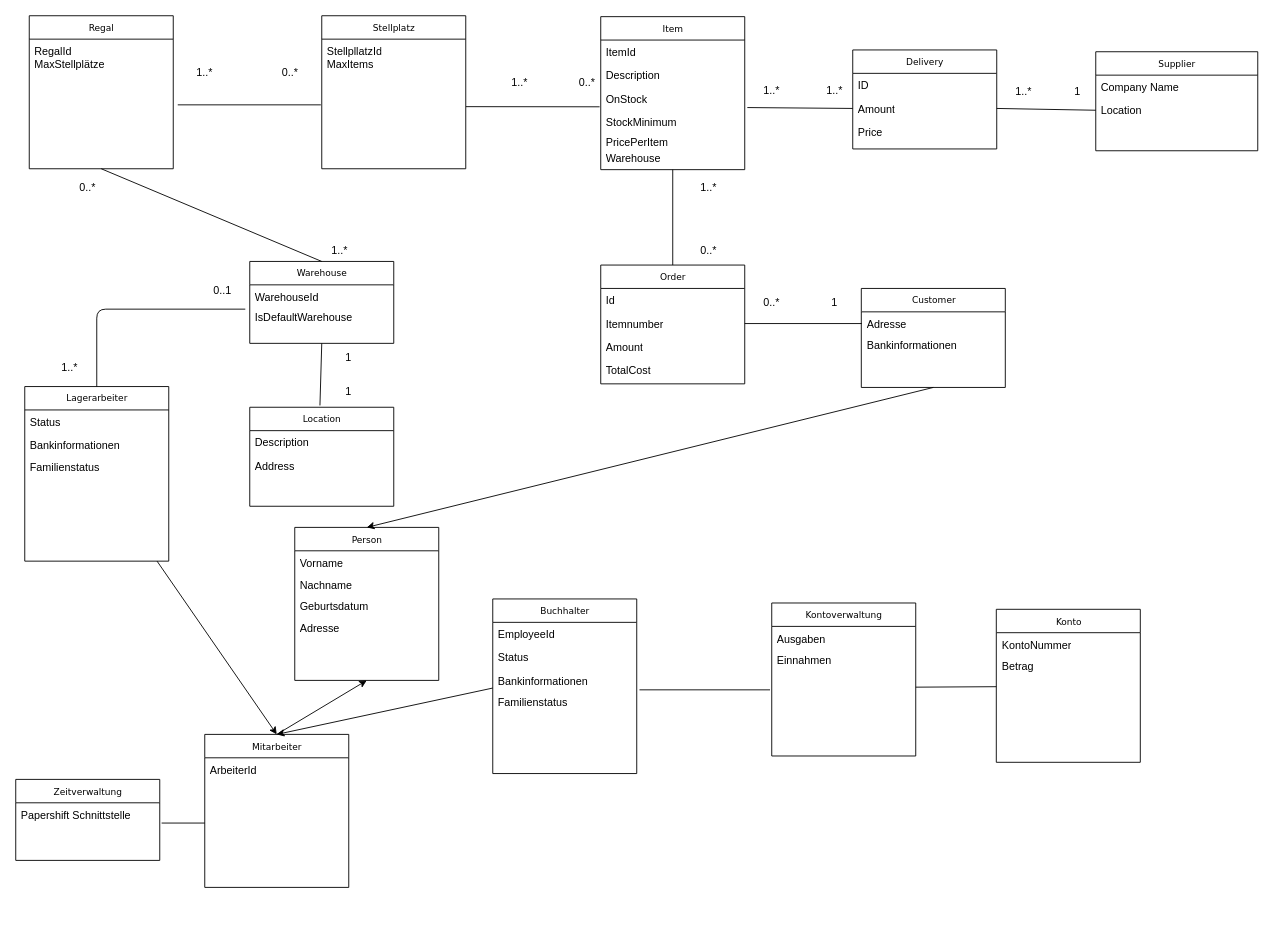
Before: Klassendiagramm/Klassendiagramm.drawio in Klompara/ERP-Scrum, a draw.io diagram. Source tidied: cells renumbered, new cells numbered last; positions are measured from the earlier drawing's top-left corner, leaving out a move shared by most shapes. Both pictures are drawn from the tidied source at 90%, with x=0, y=0 at pixel (15, 15).
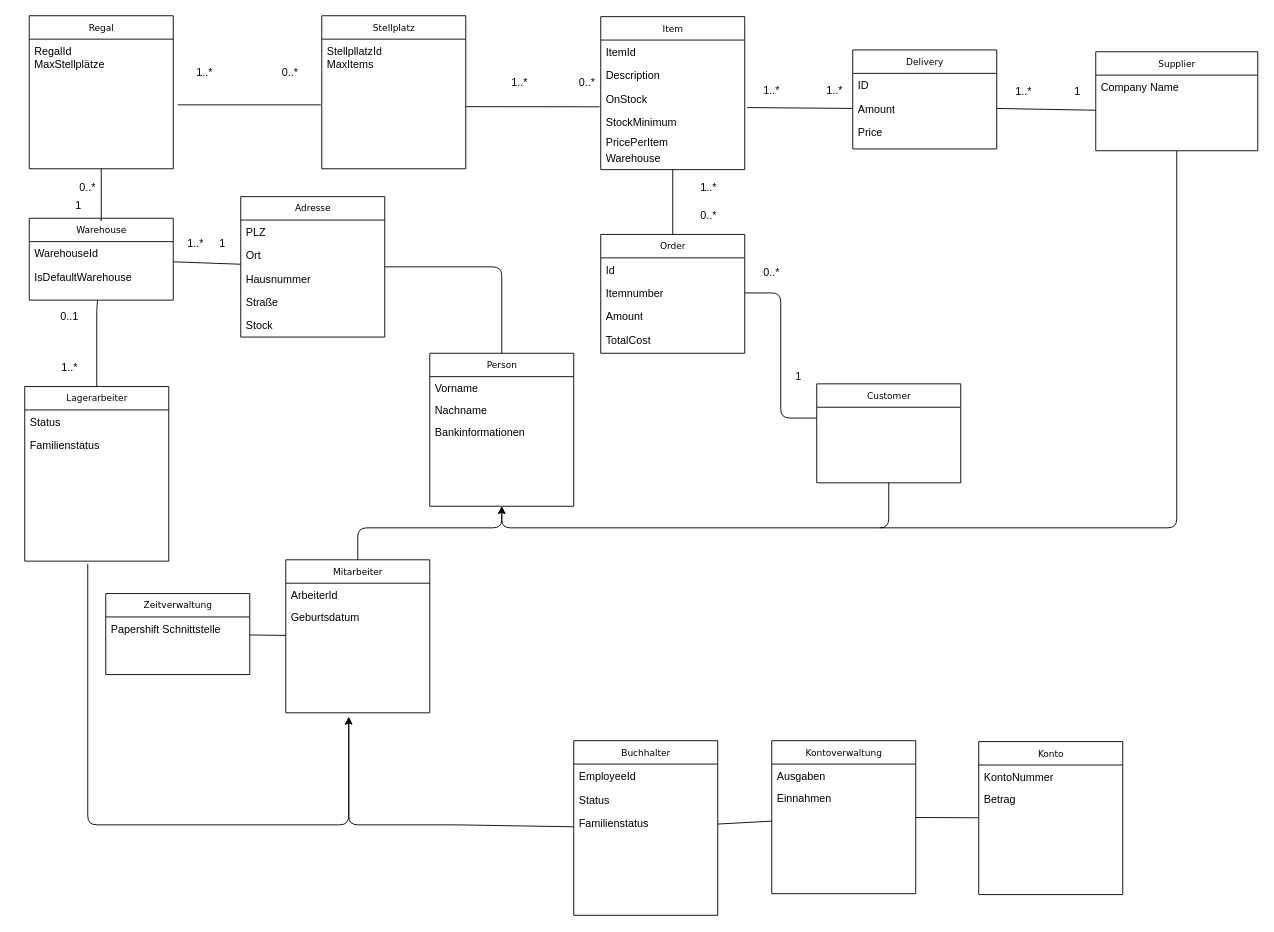
The same diagram, later.

Unchanged cells that the change refers to:
```xml
<mxCell id="4" value="Lagerarbeiter" style="swimlane;html=1;fontStyle=0;horizontal=1;startSize=26;fillColor=none;swimlaneFillColor=#ffffff;rounded=0;shadow=0;comic=0;labelBackgroundColor=none;strokeColor=#000000;strokeWidth=1;fontFamily=Verdana;fontSize=10;fontColor=#000000;align=center;" parent="1" vertex="1">
  <mxGeometry x="10" y="412" width="160" height="194" as="geometry" />
</mxCell>
<mxCell id="13" value="Supplier" style="swimlane;html=1;fontStyle=0;horizontal=1;startSize=26;fillColor=none;swimlaneFillColor=#ffffff;rounded=0;shadow=0;comic=0;labelBackgroundColor=none;strokeColor=#000000;strokeWidth=1;fontFamily=Verdana;fontSize=10;fontColor=#000000;align=center;" parent="1" vertex="1">
  <mxGeometry x="1200" y="40" width="180" height="110" as="geometry" />
</mxCell>
<mxCell id="22" value="Amount" style="text;html=1;strokeColor=none;fillColor=none;align=left;verticalAlign=top;spacingLeft=4;spacingRight=4;whiteSpace=wrap;overflow=hidden;points=[[0,0.5],[1,0.5]];portConstraint=eastwest;" parent="20" vertex="1">
  <mxGeometry y="52" width="160" height="26" as="geometry" />
</mxCell>
<mxCell id="26" value="Itemnumber" style="text;html=1;strokeColor=none;fillColor=none;align=left;verticalAlign=top;spacingLeft=4;spacingRight=4;whiteSpace=wrap;overflow=hidden;points=[[0,0.5],[1,0.5]];portConstraint=eastwest;" parent="24" vertex="1">
  <mxGeometry y="52" width="160" height="26" as="geometry" />
</mxCell>
<mxCell id="58" value="Regal" style="swimlane;html=1;fontStyle=0;horizontal=1;startSize=26;fillColor=none;swimlaneFillColor=#ffffff;rounded=0;shadow=0;comic=0;labelBackgroundColor=none;strokeColor=#000000;strokeWidth=1;fontFamily=Verdana;fontSize=10;fontColor=#000000;align=center;" parent="1" vertex="1">
  <mxGeometry x="15" width="160" height="170" as="geometry" />
</mxCell>
<mxCell id="69" value="&amp;nbsp;&lt;br&gt;" style="text;html=1;strokeColor=none;fillColor=none;align=left;verticalAlign=top;spacingLeft=4;spacingRight=4;whiteSpace=wrap;overflow=hidden;points=[[0,0.5],[1,0.5]];portConstraint=eastwest;" parent="66" vertex="1">
  <mxGeometry y="74" width="160" height="24" as="geometry" />
</mxCell>
<mxCell id="77" value="&amp;nbsp;&lt;br&gt;" style="text;html=1;strokeColor=none;fillColor=none;align=left;verticalAlign=top;spacingLeft=4;spacingRight=4;whiteSpace=wrap;overflow=hidden;points=[[0,0.5],[1,0.5]];portConstraint=eastwest;" parent="73" vertex="1">
  <mxGeometry y="98" width="160" height="24" as="geometry" />
</mxCell>
<mxCell id="96" value="Papershift Schnittstelle" style="text;html=1;strokeColor=none;fillColor=none;align=left;verticalAlign=top;spacingLeft=4;spacingRight=4;whiteSpace=wrap;overflow=hidden;points=[[0,0.5],[1,0.5]];portConstraint=eastwest;" parent="95" vertex="1">
  <mxGeometry y="26" width="160" height="24" as="geometry" />
</mxCell>
```

Diff of the diagram source:
```diff
@@
     <mxCell id="2" value="Warehouse" style="swimlane;html=1;fontStyle=0;horizontal=1;startSize=26;fillColor=none;swimlaneFillColor=#ffffff;rounded=0;shadow=0;comic=0;labelBackgroundColor=none;strokeColor=#000000;strokeWidth=1;fontFamily=Verdana;fontSize=10;fontColor=#000000;align=center;" parent="1" vertex="1">
-      <mxGeometry x="260" y="273" width="160" height="91" as="geometry" />
+      <mxGeometry x="15" y="225" width="160" height="91" as="geometry" />
     </mxCell>
@@
+    <mxCell id="45" value="IsDefaultWarehouse" style="text;html=1;strokeColor=none;fillColor=none;align=left;verticalAlign=top;spacingLeft=4;spacingRight=4;whiteSpace=wrap;overflow=hidden;points=[[0,0.5],[1,0.5]];portConstraint=eastwest;" parent="2" vertex="1">
+      <mxGeometry y="52" width="160" height="26" as="geometry" />
+    </mxCell>
@@
-    <mxCell id="6" value="Bankinformationen" style="text;html=1;strokeColor=none;fillColor=none;align=left;verticalAlign=top;spacingLeft=4;spacingRight=4;whiteSpace=wrap;overflow=hidden;" parent="4" vertex="1">
-      <mxGeometry y="52" width="160" height="24" as="geometry" />
-    </mxCell>
     <mxCell id="7" value="Familienstatus" style="text;html=1;strokeColor=none;fillColor=none;align=left;verticalAlign=top;spacingLeft=4;spacingRight=4;whiteSpace=wrap;overflow=hidden;" parent="4" vertex="1">
-      <mxGeometry y="76" width="160" height="24" as="geometry" />
+      <mxGeometry y="52" width="160" height="24" as="geometry" />
     </mxCell>
@@
-    <mxCell id="15" value="Location" style="text;html=1;strokeColor=none;fillColor=none;align=left;verticalAlign=top;spacingLeft=4;spacingRight=4;whiteSpace=wrap;overflow=hidden;points=[[0,0.5],[1,0.5]];portConstraint=eastwest;" parent="13" vertex="1">
-      <mxGeometry y="52" width="180" height="26" as="geometry" />
-    </mxCell>
@@
     <mxCell id="24" value="Order" style="swimlane;html=1;fontStyle=0;horizontal=1;startSize=26;fillColor=none;swimlaneFillColor=#ffffff;rounded=0;shadow=0;comic=0;labelBackgroundColor=none;strokeColor=#000000;strokeWidth=1;fontFamily=Verdana;fontSize=10;fontColor=#000000;align=center;" parent="1" vertex="1">
-      <mxGeometry x="650" y="277" width="160" height="132" as="geometry" />
+      <mxGeometry x="650" y="243" width="160" height="132" as="geometry" />
     </mxCell>
@@
     <mxCell id="29" value="Customer" style="swimlane;html=1;fontStyle=0;horizontal=1;startSize=26;fillColor=none;swimlaneFillColor=#ffffff;rounded=0;shadow=0;comic=0;labelBackgroundColor=none;strokeColor=#000000;strokeWidth=1;fontFamily=Verdana;fontSize=10;fontColor=#000000;align=center;" parent="1" vertex="1">
-      <mxGeometry x="939.5" y="303" width="160" height="110" as="geometry" />
+      <mxGeometry x="890" y="409" width="160" height="110" as="geometry" />
     </mxCell>
-    <mxCell id="30" value="Adresse&lt;br&gt;" style="text;html=1;strokeColor=none;fillColor=none;align=left;verticalAlign=top;spacingLeft=4;spacingRight=4;whiteSpace=wrap;overflow=hidden;" parent="29" vertex="1">
-      <mxGeometry y="26" width="160" height="24" as="geometry" />
-    </mxCell>
-    <mxCell id="31" value="Bankinformationen&lt;br&gt;" style="text;html=1;strokeColor=none;fillColor=none;align=left;verticalAlign=top;spacingLeft=4;spacingRight=4;whiteSpace=wrap;overflow=hidden;" parent="29" vertex="1">
-      <mxGeometry y="50" width="160" height="24" as="geometry" />
-    </mxCell>
@@
     <mxCell id="35" value="0..*" style="text;html=1;strokeColor=none;fillColor=none;align=center;verticalAlign=middle;whiteSpace=wrap;rounded=0;" parent="1" vertex="1">
-      <mxGeometry x="750" y="251" width="40" height="20" as="geometry" />
+      <mxGeometry x="750" y="212" width="40" height="20" as="geometry" />
     </mxCell>
     <mxCell id="36" style="endArrow=none;html=1;entryX=1;entryY=0.5;entryDx=0;entryDy=0;exitX=0;exitY=0.5;exitDx=0;exitDy=0;" parent="1" edge="1" target="26">
       <mxGeometry relative="1" as="geometry">
-        <mxPoint x="940" y="342" as="sourcePoint" />
+        <mxPoint x="890" y="447" as="sourcePoint" />
+        <Array as="points">
+          <mxPoint x="850" y="447" />
+          <mxPoint x="850" y="308" />
+        </Array>
       </mxGeometry>
     </mxCell>
     <mxCell id="37" value="0..*" style="text;html=1;strokeColor=none;fillColor=none;align=center;verticalAlign=middle;whiteSpace=wrap;rounded=0;" parent="1" vertex="1">
-      <mxGeometry x="820" y="309" width="40" height="20" as="geometry" />
+      <mxGeometry x="820" y="276" width="40" height="20" as="geometry" />
     </mxCell>
     <mxCell id="38" value="1" style="text;html=1;strokeColor=none;fillColor=none;align=center;verticalAlign=middle;whiteSpace=wrap;rounded=0;" parent="1" vertex="1">
-      <mxGeometry x="890" y="309" width="40" height="20" as="geometry" />
+      <mxGeometry x="850" y="391" width="40" height="20" as="geometry" />
     </mxCell>
-    <mxCell id="39" value="Location" style="swimlane;html=1;fontStyle=0;horizontal=1;startSize=26;fillColor=none;swimlaneFillColor=#ffffff;rounded=0;shadow=0;comic=0;labelBackgroundColor=none;strokeColor=#000000;strokeWidth=1;fontFamily=Verdana;fontSize=10;fontColor=#000000;align=center;" parent="1" vertex="1">
-      <mxGeometry x="260" y="435" width="160" height="110" as="geometry" />
-    </mxCell>
-    <mxCell id="40" value="Description" style="text;html=1;strokeColor=none;fillColor=none;align=left;verticalAlign=top;spacingLeft=4;spacingRight=4;whiteSpace=wrap;overflow=hidden;" parent="39" vertex="1">
-      <mxGeometry y="26" width="160" height="26" as="geometry" />
-    </mxCell>
-    <mxCell id="41" value="&lt;div&gt;Address&lt;/div&gt;" style="text;html=1;strokeColor=none;fillColor=none;align=left;verticalAlign=top;spacingLeft=4;spacingRight=4;whiteSpace=wrap;overflow=hidden;" parent="39" vertex="1">
-      <mxGeometry y="52" width="160" height="26" as="geometry" />
-    </mxCell>
-    <mxCell id="42" style="endArrow=none;html=1;entryX=0.5;entryY=1;entryDx=0;entryDy=0;" parent="1" edge="1" target="2">
-      <mxGeometry relative="1" as="geometry">
-        <mxPoint x="338" y="433" as="sourcePoint" />
-      </mxGeometry>
+    <mxCell id="42" style="endArrow=none;html=1;" parent="1" edge="1" source="103" target="2">
+      <mxGeometry relative="1" as="geometry" />
     </mxCell>
     <mxCell id="43" value="1" style="text;html=1;strokeColor=none;fillColor=none;align=center;verticalAlign=middle;whiteSpace=wrap;rounded=0;" parent="1" vertex="1">
-      <mxGeometry x="350" y="370" width="40" height="20" as="geometry" />
+      <mxGeometry x="50" y="201" width="40" height="20" as="geometry" />
     </mxCell>
     <mxCell id="44" value="1" style="text;html=1;strokeColor=none;fillColor=none;align=center;verticalAlign=middle;whiteSpace=wrap;rounded=0;" parent="1" vertex="1">
-      <mxGeometry x="350" y="408" width="40" height="20" as="geometry" />
+      <mxGeometry x="210" y="244" width="40" height="20" as="geometry" />
     </mxCell>
-    <mxCell id="45" value="IsDefaultWarehouse" style="text;html=1;strokeColor=none;fillColor=none;align=left;verticalAlign=top;spacingLeft=4;spacingRight=4;whiteSpace=wrap;overflow=hidden;points=[[0,0.5],[1,0.5]];portConstraint=eastwest;" parent="1" vertex="1">
-      <mxGeometry x="260" y="322" width="160" height="26" as="geometry" />
-    </mxCell>
-    <mxCell id="46" style="endArrow=none;html=1;entryX=0;entryY=0.5;entryDx=0;entryDy=0;exitX=1;exitY=0.5;exitDx=0;exitDy=0;" parent="1" edge="1" source="22" target="15">
-      <mxGeometry relative="1" as="geometry" />
+    <mxCell id="46" style="endArrow=none;html=1;entryX=0;entryY=0.5;entryDx=0;entryDy=0;exitX=1;exitY=0.5;exitDx=0;exitDy=0;" parent="1" edge="1" source="22">
+      <mxGeometry relative="1" as="geometry">
+        <mxPoint x="1200" y="105" as="targetPoint" />
+      </mxGeometry>
     </mxCell>
@@
-    <mxCell id="52" style="endArrow=none;html=1;entryX=-0.031;entryY=0.154;entryDx=0;entryDy=0;entryPerimeter=0;exitX=0.5;exitY=0;exitDx=0;exitDy=0;" parent="1" edge="1" source="4" target="45">
+    <mxCell id="52" style="endArrow=none;html=1;exitX=0.5;exitY=0;exitDx=0;exitDy=0;" parent="1" edge="1" source="4" target="2">
       <mxGeometry relative="1" as="geometry">
         <Array as="points">
           <mxPoint x="90" y="326" />
         </Array>
       </mxGeometry>
     </mxCell>
     <mxCell id="53" value="0..1" style="text;html=1;strokeColor=none;fillColor=none;align=center;verticalAlign=middle;whiteSpace=wrap;rounded=0;" parent="1" vertex="1">
-      <mxGeometry x="210" y="296" width="40" height="20" as="geometry" />
+      <mxGeometry x="40" y="324" width="40" height="20" as="geometry" />
     </mxCell>
@@
     <mxCell id="63" style="endArrow=none;html=1;exitX=0.5;exitY=1;exitDx=0;exitDy=0;entryX=0.5;entryY=0;entryDx=0;entryDy=0;" parent="1" edge="1" source="58" target="2">
-      <mxGeometry relative="1" as="geometry" />
+      <mxGeometry relative="1" as="geometry">
+        <Array as="points">
+          <mxPoint x="95" y="209" />
+          <mxPoint x="95" y="229" />
+        </Array>
+      </mxGeometry>
     </mxCell>
     <mxCell id="64" value="1..*" style="text;html=1;strokeColor=none;fillColor=none;align=center;verticalAlign=middle;whiteSpace=wrap;rounded=0;" parent="1" vertex="1">
-      <mxGeometry x="340" y="251" width="40" height="20" as="geometry" />
+      <mxGeometry x="180" y="243" width="40" height="20" as="geometry" />
     </mxCell>
@@
     <mxCell id="66" value="Konto" style="swimlane;html=1;fontStyle=0;horizontal=1;startSize=26;fillColor=none;swimlaneFillColor=#ffffff;rounded=0;shadow=0;comic=0;labelBackgroundColor=none;strokeColor=#000000;strokeWidth=1;fontFamily=Verdana;fontSize=10;fontColor=#000000;align=center;" parent="1" vertex="1">
-      <mxGeometry x="1089.5" y="659.5" width="160" height="170" as="geometry" />
+      <mxGeometry x="1070" y="806.5" width="160" height="170" as="geometry" />
     </mxCell>
@@
     <mxCell id="73" value="Kontoverwaltung" style="swimlane;html=1;fontStyle=0;horizontal=1;startSize=26;fillColor=none;swimlaneFillColor=#ffffff;rounded=0;shadow=0;comic=0;labelBackgroundColor=none;strokeColor=#000000;strokeWidth=1;fontFamily=Verdana;fontSize=10;fontColor=#000000;align=center;" parent="1" vertex="1">
-      <mxGeometry x="840" y="652.5" width="160" height="170" as="geometry" />
+      <mxGeometry x="840" y="805.5" width="160" height="170" as="geometry" />
     </mxCell>
@@
-    <mxCell id="80" style="endArrow=none;html=1;exitX=0;exitY=0.5;exitDx=0;exitDy=0;entryX=1;entryY=-0.187;entryDx=0;entryDy=0;entryPerimeter=0;" parent="1" edge="1" source="69" target="77">
+    <mxCell id="80" style="endArrow=none;html=1;" parent="1" edge="1" source="66" target="73">
       <mxGeometry relative="1" as="geometry" />
     </mxCell>
     <mxCell id="81" value="Person" style="swimlane;html=1;fontStyle=0;horizontal=1;startSize=26;fillColor=none;swimlaneFillColor=#ffffff;rounded=0;shadow=0;comic=0;labelBackgroundColor=none;strokeColor=#000000;strokeWidth=1;fontFamily=Verdana;fontSize=10;fontColor=#000000;align=center;" parent="1" vertex="1">
-      <mxGeometry x="310" y="568.5" width="160" height="170" as="geometry" />
+      <mxGeometry x="460" y="375" width="160" height="170" as="geometry" />
     </mxCell>
@@
-    <mxCell id="84" value="Geburtsdatum&lt;br&gt;" style="text;html=1;strokeColor=none;fillColor=none;align=left;verticalAlign=top;spacingLeft=4;spacingRight=4;whiteSpace=wrap;overflow=hidden;" parent="81" vertex="1">
-      <mxGeometry y="74" width="160" height="24" as="geometry" />
-    </mxCell>
-    <mxCell id="85" value="Adresse&lt;br&gt;" style="text;html=1;strokeColor=none;fillColor=none;align=left;verticalAlign=top;spacingLeft=4;spacingRight=4;whiteSpace=wrap;overflow=hidden;" parent="81" vertex="1">
-      <mxGeometry y="98" width="160" height="24" as="geometry" />
-    </mxCell>
+    <mxCell id="101" value="Bankinformationen" style="text;html=1;strokeColor=none;fillColor=none;align=left;verticalAlign=top;spacingLeft=4;spacingRight=4;whiteSpace=wrap;overflow=hidden;" parent="81" vertex="1">
+      <mxGeometry y="74" width="160" height="24" as="geometry" />
+    </mxCell>
-    <mxCell id="86" style="endArrow=classic;html=1;entryX=0.5;entryY=0;entryDx=0;entryDy=0;" parent="1" edge="1" source="4" target="97">
-      <mxGeometry relative="1" as="geometry" />
+    <mxCell id="86" style="endArrow=classic;html=1;" parent="1" edge="1">
+      <mxGeometry relative="1" as="geometry">
+        <mxPoint x="80" y="609" as="sourcePoint" />
+        <mxPoint x="370" y="779" as="targetPoint" />
+        <Array as="points">
+          <mxPoint x="80" y="899" />
+          <mxPoint x="370" y="899" />
+        </Array>
+      </mxGeometry>
     </mxCell>
-    <mxCell id="87" style="endArrow=classic;html=1;exitX=0.5;exitY=1;exitDx=0;exitDy=0;entryX=0.5;entryY=0;entryDx=0;entryDy=0;" parent="1" edge="1" source="29" target="81">
-      <mxGeometry relative="1" as="geometry" />
+    <mxCell id="87" style="endArrow=classic;html=1;exitX=0.5;exitY=1;exitDx=0;exitDy=0;" parent="1" edge="1" source="29" target="81">
+      <mxGeometry relative="1" as="geometry">
+        <Array as="points">
+          <mxPoint x="970" y="569" />
+          <mxPoint x="540" y="569" />
+        </Array>
+      </mxGeometry>
     </mxCell>
     <mxCell id="88" value="Buchhalter" style="swimlane;html=1;fontStyle=0;horizontal=1;startSize=26;fillColor=none;swimlaneFillColor=#ffffff;rounded=0;shadow=0;comic=0;labelBackgroundColor=none;strokeColor=#000000;strokeWidth=1;fontFamily=Verdana;fontSize=10;fontColor=#000000;align=center;" parent="1" vertex="1">
-      <mxGeometry x="530" y="648" width="160" height="194" as="geometry" />
+      <mxGeometry x="620" y="805.5" width="160" height="194" as="geometry" />
     </mxCell>
@@
-    <mxCell id="91" value="Bankinformationen" style="text;html=1;strokeColor=none;fillColor=none;align=left;verticalAlign=top;spacingLeft=4;spacingRight=4;whiteSpace=wrap;overflow=hidden;" parent="88" vertex="1">
-      <mxGeometry y="78" width="160" height="24" as="geometry" />
-    </mxCell>
     <mxCell id="92" value="Familienstatus" style="text;html=1;strokeColor=none;fillColor=none;align=left;verticalAlign=top;spacingLeft=4;spacingRight=4;whiteSpace=wrap;overflow=hidden;points=[[0,0.5],[1,0.5]];portConstraint=eastwest;" parent="88" vertex="1">
-      <mxGeometry y="102" width="160" height="24" as="geometry" />
+      <mxGeometry y="78" width="160" height="24" as="geometry" />
     </mxCell>
-    <mxCell id="93" style="endArrow=classic;html=1;entryX=0.5;entryY=0;entryDx=0;entryDy=0;exitX=0;exitY=-0.125;exitDx=0;exitDy=0;exitPerimeter=0;" parent="1" edge="1" source="92" target="97">
-      <mxGeometry relative="1" as="geometry" />
+    <mxCell id="93" style="endArrow=classic;html=1;" parent="1" edge="1" source="88">
+      <mxGeometry relative="1" as="geometry">
+        <mxPoint x="370" y="779" as="targetPoint" />
+        <Array as="points">
+          <mxPoint x="490" y="899" />
+          <mxPoint x="370" y="899" />
+        </Array>
+      </mxGeometry>
     </mxCell>
-    <mxCell id="94" style="endArrow=none;html=1;entryX=1.019;entryY=-0.042;entryDx=0;entryDy=0;entryPerimeter=0;exitX=-0.012;exitY=-0.062;exitDx=0;exitDy=0;exitPerimeter=0;" parent="1" edge="1" source="77" target="92">
+    <mxCell id="94" style="endArrow=none;html=1;" parent="1" edge="1" source="73" target="88">
       <mxGeometry relative="1" as="geometry" />
     </mxCell>
     <mxCell id="95" value="Zeitverwaltung" style="swimlane;html=1;fontStyle=0;horizontal=1;startSize=26;fillColor=none;swimlaneFillColor=#ffffff;rounded=0;shadow=0;comic=0;labelBackgroundColor=none;strokeColor=#000000;strokeWidth=1;fontFamily=Verdana;fontSize=10;fontColor=#000000;align=center;" parent="1" vertex="1">
-      <mxGeometry y="848.5" width="160" height="90" as="geometry" />
+      <mxGeometry x="100" y="642" width="160" height="90" as="geometry" />
     </mxCell>
@@
     <mxCell id="97" value="Mitarbeiter" style="swimlane;html=1;fontStyle=0;horizontal=1;startSize=26;fillColor=none;swimlaneFillColor=#ffffff;rounded=0;shadow=0;comic=0;labelBackgroundColor=none;strokeColor=#000000;strokeWidth=1;fontFamily=Verdana;fontSize=10;fontColor=#000000;align=center;" parent="1" vertex="1">
-      <mxGeometry x="210" y="798.5" width="160" height="170" as="geometry" />
+      <mxGeometry x="300" y="604.5" width="160" height="170" as="geometry" />
     </mxCell>
@@
+    <mxCell id="84" value="Geburtsdatum&lt;br&gt;" style="text;html=1;strokeColor=none;fillColor=none;align=left;verticalAlign=top;spacingLeft=4;spacingRight=4;whiteSpace=wrap;overflow=hidden;" parent="97" vertex="1">
+      <mxGeometry y="50" width="160" height="24" as="geometry" />
+    </mxCell>
-    <mxCell id="99" style="endArrow=classic;html=1;entryX=0.5;entryY=1;entryDx=0;entryDy=0;exitX=0.5;exitY=0;exitDx=0;exitDy=0;" parent="1" edge="1" source="97" target="81">
-      <mxGeometry relative="1" as="geometry" />
+    <mxCell id="99" style="endArrow=classic;html=1;exitX=0.5;exitY=0;exitDx=0;exitDy=0;" parent="1" edge="1" source="97" target="81">
+      <mxGeometry relative="1" as="geometry">
+        <Array as="points">
+          <mxPoint x="380" y="569" />
+          <mxPoint x="540" y="569" />
+        </Array>
+      </mxGeometry>
     </mxCell>
-    <mxCell id="100" style="endArrow=none;html=1;entryX=1.013;entryY=0.938;entryDx=0;entryDy=0;entryPerimeter=0;" parent="1" edge="1" target="96">
-      <mxGeometry relative="1" as="geometry">
-        <mxPoint x="210" y="897" as="sourcePoint" />
-      </mxGeometry>
+    <mxCell id="100" style="endArrow=none;html=1;" parent="1" edge="1" source="97" target="95">
+      <mxGeometry relative="1" as="geometry" />
     </mxCell>
+    <mxCell id="102" style="endArrow=none;html=1;entryX=0.5;entryY=1;entryDx=0;entryDy=0;" parent="1" edge="1" target="13">
+      <mxGeometry relative="1" as="geometry">
+        <mxPoint x="960" y="569" as="sourcePoint" />
+        <Array as="points">
+          <mxPoint x="1290" y="569" />
+        </Array>
+      </mxGeometry>
+    </mxCell>
+    <mxCell id="103" value="Adresse&lt;br&gt;" style="swimlane;html=1;fontStyle=0;horizontal=1;startSize=26;fillColor=none;swimlaneFillColor=#ffffff;rounded=0;shadow=0;comic=0;labelBackgroundColor=none;strokeColor=#000000;strokeWidth=1;fontFamily=Verdana;fontSize=10;fontColor=#000000;align=center;" parent="1" vertex="1">
+      <mxGeometry x="250" y="201" width="160" height="156" as="geometry" />
+    </mxCell>
+    <mxCell id="104" value="PLZ" style="text;html=1;strokeColor=none;fillColor=none;align=left;verticalAlign=top;spacingLeft=4;spacingRight=4;whiteSpace=wrap;overflow=hidden;" parent="103" vertex="1">
+      <mxGeometry y="26" width="160" height="26" as="geometry" />
+    </mxCell>
+    <mxCell id="105" value="Ort" style="text;html=1;strokeColor=none;fillColor=none;align=left;verticalAlign=top;spacingLeft=4;spacingRight=4;whiteSpace=wrap;overflow=hidden;" parent="103" vertex="1">
+      <mxGeometry y="52" width="160" height="26" as="geometry" />
+    </mxCell>
+    <mxCell id="106" value="Hausnummer" style="text;html=1;strokeColor=none;fillColor=none;align=left;verticalAlign=top;spacingLeft=4;spacingRight=4;whiteSpace=wrap;overflow=hidden;" parent="103" vertex="1">
+      <mxGeometry y="78" width="160" height="26" as="geometry" />
+    </mxCell>
+    <mxCell id="107" value="Straße" style="text;html=1;strokeColor=none;fillColor=none;align=left;verticalAlign=top;spacingLeft=4;spacingRight=4;whiteSpace=wrap;overflow=hidden;" parent="103" vertex="1">
+      <mxGeometry y="104" width="160" height="26" as="geometry" />
+    </mxCell>
+    <mxCell id="108" value="Stock" style="text;html=1;strokeColor=none;fillColor=none;align=left;verticalAlign=top;spacingLeft=4;spacingRight=4;whiteSpace=wrap;overflow=hidden;" parent="103" vertex="1">
+      <mxGeometry y="130" width="160" height="26" as="geometry" />
+    </mxCell>
+    <mxCell id="109" style="endArrow=none;html=1;entryX=0.5;entryY=0;entryDx=0;entryDy=0;" parent="1" edge="1" source="103" target="81">
+      <mxGeometry relative="1" as="geometry">
+        <Array as="points">
+          <mxPoint x="540" y="279" />
+        </Array>
+      </mxGeometry>
+    </mxCell>
```
